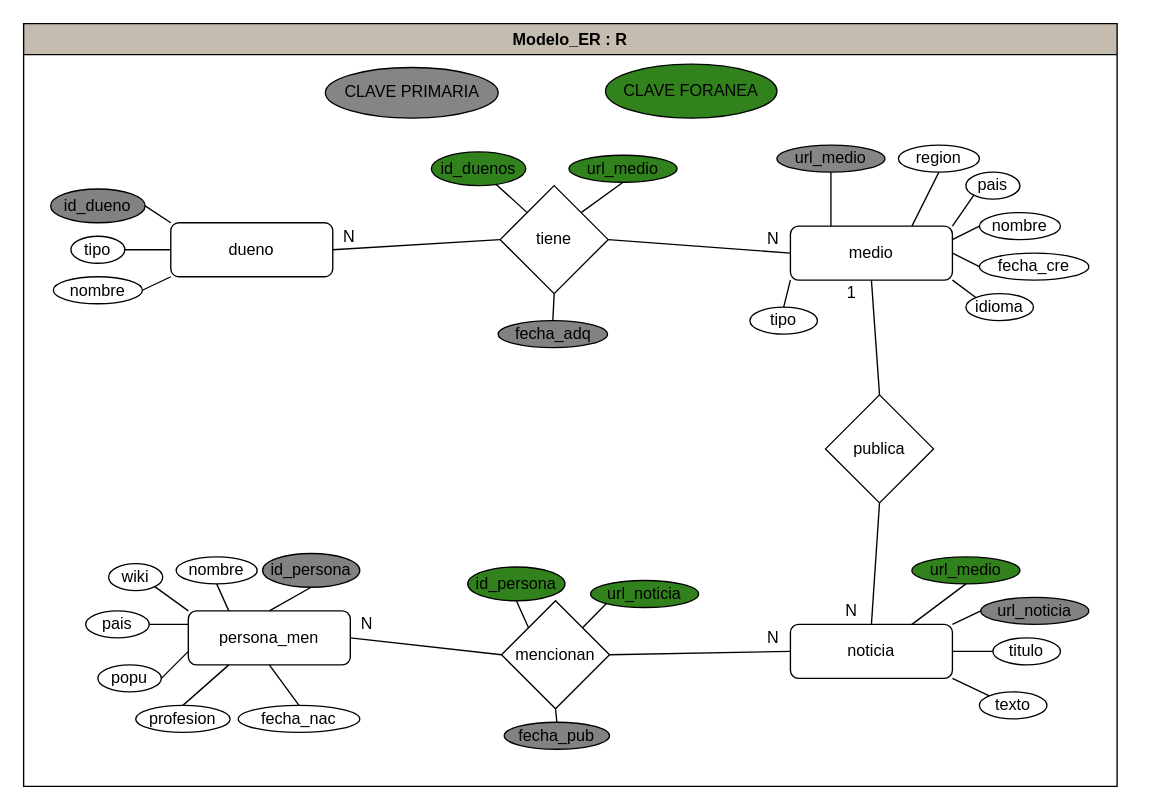
Above: respaldos/modelo_ER.dio in DieggoAn/Proyecto-INFO133-Region-III (draw.io), before the change. Source tidied: cells renumbered, new cells numbered last; positions are measured from the earlier drawing's top-left corner, leaving out a move shared by most shapes. Both pictures are drawn from the tidied source at 135%, with x=0, y=0 at pixel (23, 23).
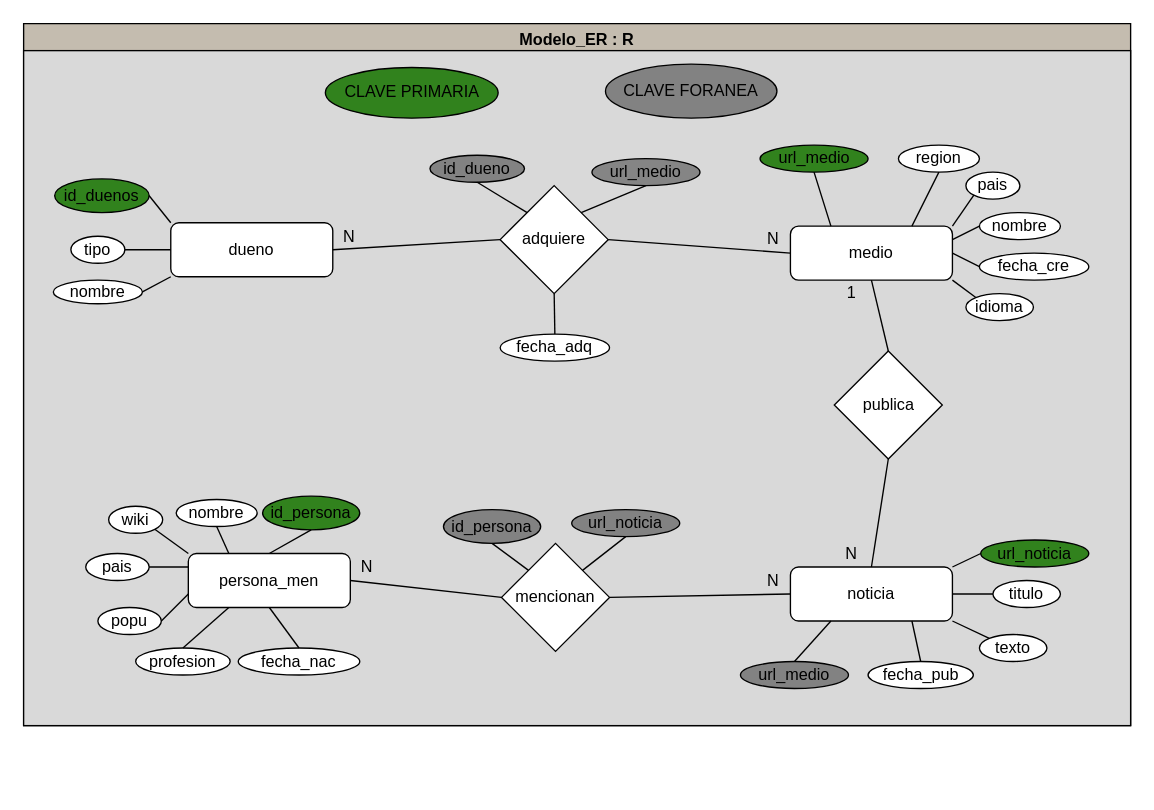
The same page after the edit.

The change refers to these unchanged cells:
```xml
<mxCell id="9" value="dueno" style="rounded=1;whiteSpace=wrap;html=1;" parent="2" vertex="1">
  <mxGeometry x="109" y="147.5" width="120" height="40" as="geometry" />
</mxCell>
<mxCell id="14" value="medio" style="rounded=1;whiteSpace=wrap;html=1;" parent="2" vertex="1">
  <mxGeometry x="568" y="150" width="120" height="40" as="geometry" />
</mxCell>
```

The edit, as a diff of the source:
```diff
@@
     <mxCell id="2" value="Modelo_ER : R" style="swimlane;fillColor=#C4BCAF;" parent="1" vertex="1">
-      <mxGeometry width="810" height="565" as="geometry" />
+      <mxGeometry width="820" height="520" as="geometry" />
     </mxCell>
+    <mxCell id="78" style="rounded=0;whiteSpace=wrap;html=1;fillColor=#D9D9D9;" parent="2" vertex="1">
+      <mxGeometry y="20" width="820" height="500" as="geometry" />
+    </mxCell>
     <mxCell id="3" value="id_duenos" style="ellipse;whiteSpace=wrap;html=1;fillColor=#31821D;" parent="2" vertex="1">
-      <mxGeometry x="302" y="95" width="70" height="25" as="geometry" />
+      <mxGeometry x="23" y="115" width="70" height="25" as="geometry" />
     </mxCell>
     <mxCell id="4" value="url_medio" style="ellipse;whiteSpace=wrap;html=1;fillColor=#31821D;" parent="2" vertex="1">
-      <mxGeometry x="404" y="97.5" width="80" height="20" as="geometry" />
+      <mxGeometry x="545.5" y="90" width="80" height="20" as="geometry" />
     </mxCell>
     <mxCell id="5" value="id_dueno" style="ellipse;whiteSpace=wrap;html=1;fillColor=#828282;" parent="2" vertex="1">
-      <mxGeometry x="20" y="122.5" width="70" height="25" as="geometry" />
+      <mxGeometry x="301" y="97.5" width="70" height="20" as="geometry" />
     </mxCell>
@@
-    <mxCell id="7" value="nombre" style="ellipse;whiteSpace=wrap;html=1;" parent="2" vertex="1">
-      <mxGeometry x="22" y="187.5" width="66" height="20" as="geometry" />
+    <mxCell id="7" value="nombre" style="ellipse;whiteSpace=wrap;html=1;fillColor=#FFFFFF;" parent="2" vertex="1">
+      <mxGeometry x="22" y="190" width="66" height="17.5" as="geometry" />
     </mxCell>
-    <mxCell id="8" value="fecha_adq" style="ellipse;whiteSpace=wrap;html=1;fillColor=#828282;" parent="2" vertex="1">
-      <mxGeometry x="351.5" y="220" width="81" height="20" as="geometry" />
-    </mxCell>
@@
-    <mxCell id="12" style="endArrow=none;html=1;exitX=1;exitY=0.5;exitDx=0;exitDy=0;entryX=0;entryY=0;entryDx=0;entryDy=0;" parent="2" edge="1" source="5" target="9">
+    <mxCell id="12" style="endArrow=none;html=1;entryX=0;entryY=0;entryDx=0;entryDy=0;exitX=1;exitY=0.5;exitDx=0;exitDy=0;" parent="2" edge="1" source="3" target="9">
       <mxGeometry relative="1" as="geometry" />
     </mxCell>
     <mxCell id="13" value="noticia" style="rounded=1;whiteSpace=wrap;html=1;" parent="2" vertex="1">
-      <mxGeometry x="568" y="445" width="120" height="40" as="geometry" />
+      <mxGeometry x="568" y="402.5" width="120" height="40" as="geometry" />
     </mxCell>
@@
     <mxCell id="15" value="url_medio" style="ellipse;whiteSpace=wrap;html=1;fillColor=#858585;" parent="2" vertex="1">
-      <mxGeometry x="558" y="90" width="80" height="20" as="geometry" />
+      <mxGeometry x="421" y="100" width="80" height="20" as="geometry" />
     </mxCell>
@@
-    <mxCell id="21" value="tipo" style="ellipse;whiteSpace=wrap;html=1;" parent="2" vertex="1">
-      <mxGeometry x="538" y="210" width="50" height="20" as="geometry" />
-    </mxCell>
-    <mxCell id="22" style="endArrow=none;html=1;exitX=0.5;exitY=0;exitDx=0;exitDy=0;entryX=0;entryY=1;entryDx=0;entryDy=0;" parent="2" edge="1" source="21" target="14">
-      <mxGeometry relative="1" as="geometry" />
-    </mxCell>
-    <mxCell id="23" style="endArrow=none;html=1;exitX=0.25;exitY=0;exitDx=0;exitDy=0;" parent="2" edge="1" source="14" target="15">
+    <mxCell id="23" style="endArrow=none;html=1;exitX=0.25;exitY=0;exitDx=0;exitDy=0;entryX=0.5;entryY=1;entryDx=0;entryDy=0;" parent="2" edge="1" source="14" target="4">
       <mxGeometry relative="1" as="geometry" />
     </mxCell>
@@
     <mxCell id="29" value="publica" style="rhombus;whiteSpace=wrap;html=1;" parent="2" vertex="1">
-      <mxGeometry x="594" y="275" width="80" height="80" as="geometry" />
+      <mxGeometry x="600.5" y="242.5" width="80" height="80" as="geometry" />
     </mxCell>
@@
-    <mxCell id="32" value="url_noticia" style="ellipse;whiteSpace=wrap;html=1;fillColor=#828282;" parent="2" vertex="1">
-      <mxGeometry x="709" y="425" width="80" height="20" as="geometry" />
+    <mxCell id="32" value="url_noticia" style="ellipse;whiteSpace=wrap;html=1;fillColor=#31821D;" parent="2" vertex="1">
+      <mxGeometry x="709" y="382.5" width="80" height="20" as="geometry" />
     </mxCell>
     <mxCell id="33" value="titulo" style="ellipse;whiteSpace=wrap;html=1;" parent="2" vertex="1">
-      <mxGeometry x="718" y="455" width="50" height="20" as="geometry" />
+      <mxGeometry x="718" y="412.5" width="50" height="20" as="geometry" />
     </mxCell>
@@
     <mxCell id="36" value="texto" style="ellipse;whiteSpace=wrap;html=1;" parent="2" vertex="1">
-      <mxGeometry x="708" y="495" width="50" height="20" as="geometry" />
+      <mxGeometry x="708" y="452.5" width="50" height="20" as="geometry" />
     </mxCell>
@@
     <mxCell id="39" value="N" style="text;html=1;strokeColor=none;fillColor=none;align=center;verticalAlign=middle;whiteSpace=wrap;rounded=0;" parent="2" vertex="1">
-      <mxGeometry x="600.5" y="425" width="25" height="20" as="geometry" />
+      <mxGeometry x="600.5" y="382.5" width="25" height="20" as="geometry" />
     </mxCell>
@@
-    <mxCell id="42" value="url_medio" style="ellipse;whiteSpace=wrap;html=1;fillColor=#31821D;" parent="2" vertex="1">
-      <mxGeometry x="658" y="395" width="80" height="20" as="geometry" />
+    <mxCell id="42" value="url_medio" style="ellipse;whiteSpace=wrap;html=1;fillColor=#828282;" parent="2" vertex="1">
+      <mxGeometry x="531" y="472.5" width="80" height="20" as="geometry" />
     </mxCell>
-    <mxCell id="43" style="endArrow=none;html=1;entryX=0.5;entryY=1;entryDx=0;entryDy=0;exitX=0.75;exitY=0;exitDx=0;exitDy=0;" parent="2" edge="1" source="13" target="42">
+    <mxCell id="43" style="endArrow=none;html=1;entryX=0.5;entryY=0;entryDx=0;entryDy=0;exitX=0.25;exitY=1;exitDx=0;exitDy=0;" parent="2" edge="1" source="13" target="42">
       <mxGeometry relative="1" as="geometry" />
     </mxCell>
-    <mxCell id="44" value="tiene" style="rhombus;whiteSpace=wrap;html=1;" parent="2" vertex="1">
+    <mxCell id="44" value="adquiere" style="rhombus;whiteSpace=wrap;html=1;" parent="2" vertex="1">
       <mxGeometry x="353" y="120" width="80" height="80" as="geometry" />
     </mxCell>
@@
-    <mxCell id="47" style="endArrow=none;html=1;entryX=0.5;entryY=1;entryDx=0;entryDy=0;exitX=0.5;exitY=0;exitDx=0;exitDy=0;" parent="2" edge="1" source="8" target="44">
-      <mxGeometry relative="1" as="geometry" />
-    </mxCell>
-    <mxCell id="48" style="endArrow=none;html=1;exitX=1;exitY=0;exitDx=0;exitDy=0;entryX=0.5;entryY=1;entryDx=0;entryDy=0;" parent="2" edge="1" source="44" target="4">
+    <mxCell id="48" style="endArrow=none;html=1;exitX=1;exitY=0;exitDx=0;exitDy=0;entryX=0.5;entryY=1;entryDx=0;entryDy=0;" parent="2" edge="1" source="44" target="15">
       <mxGeometry relative="1" as="geometry" />
     </mxCell>
-    <mxCell id="49" style="endArrow=none;html=1;exitX=0;exitY=0;exitDx=0;exitDy=0;" parent="2" edge="1" source="44" target="3">
+    <mxCell id="49" style="endArrow=none;html=1;exitX=0;exitY=0;exitDx=0;exitDy=0;entryX=0.5;entryY=1;entryDx=0;entryDy=0;" parent="2" edge="1" source="44" target="5">
       <mxGeometry relative="1" as="geometry" />
     </mxCell>
-    <mxCell id="50" value="fecha_pub" style="ellipse;whiteSpace=wrap;html=1;fillColor=#828282;" parent="2" vertex="1">
-      <mxGeometry x="356" y="517.5" width="78" height="20" as="geometry" />
+    <mxCell id="50" value="fecha_pub" style="ellipse;whiteSpace=wrap;html=1;fillColor=#FFFFFF;" parent="2" vertex="1">
+      <mxGeometry x="625.5" y="472.5" width="78" height="20" as="geometry" />
     </mxCell>
     <mxCell id="51" value="N" style="text;html=1;strokeColor=none;fillColor=none;align=center;verticalAlign=middle;whiteSpace=wrap;rounded=0;" parent="2" vertex="1">
-      <mxGeometry x="543" y="445" width="25" height="20" as="geometry" />
+      <mxGeometry x="543" y="402.5" width="25" height="20" as="geometry" />
     </mxCell>
     <mxCell id="52" value="wiki" style="ellipse;whiteSpace=wrap;html=1;" parent="2" vertex="1">
-      <mxGeometry x="63" y="400" width="40" height="20" as="geometry" />
+      <mxGeometry x="63" y="357.5" width="40" height="20" as="geometry" />
     </mxCell>
     <mxCell id="53" value="nombre" style="ellipse;whiteSpace=wrap;html=1;" parent="2" vertex="1">
-      <mxGeometry x="113" y="395" width="60" height="20" as="geometry" />
+      <mxGeometry x="113" y="352.5" width="60" height="20" as="geometry" />
     </mxCell>
-    <mxCell id="54" value="id_persona" style="ellipse;whiteSpace=wrap;html=1;fillColor=#828282;" parent="2" vertex="1">
-      <mxGeometry x="177" y="392.5" width="72" height="25" as="geometry" />
+    <mxCell id="54" value="id_persona" style="ellipse;whiteSpace=wrap;html=1;fillColor=#31821D;" parent="2" vertex="1">
+      <mxGeometry x="177" y="350" width="72" height="25" as="geometry" />
     </mxCell>
     <mxCell id="55" value="profesion" style="ellipse;whiteSpace=wrap;html=1;" parent="2" vertex="1">
-      <mxGeometry x="83" y="505" width="70" height="20" as="geometry" />
+      <mxGeometry x="83" y="462.5" width="70" height="20" as="geometry" />
     </mxCell>
     <mxCell id="56" value="fecha_nac" style="ellipse;whiteSpace=wrap;html=1;" parent="2" vertex="1">
-      <mxGeometry x="159" y="505" width="90" height="20" as="geometry" />
+      <mxGeometry x="159" y="462.5" width="90" height="20" as="geometry" />
     </mxCell>
-    <mxCell id="57" value="id_persona" style="ellipse;whiteSpace=wrap;html=1;fillColor=#31821D;" parent="2" vertex="1">
-      <mxGeometry x="329" y="402.5" width="72" height="25" as="geometry" />
+    <mxCell id="57" value="id_persona" style="ellipse;whiteSpace=wrap;html=1;fillColor=#828282;" parent="2" vertex="1">
+      <mxGeometry x="311" y="360" width="72" height="25" as="geometry" />
     </mxCell>
-    <mxCell id="58" value="url_noticia" style="ellipse;whiteSpace=wrap;html=1;fillColor=#31821D;" parent="2" vertex="1">
-      <mxGeometry x="420" y="412.5" width="80" height="20" as="geometry" />
+    <mxCell id="58" value="url_noticia" style="ellipse;whiteSpace=wrap;html=1;fillColor=#828282;" parent="2" vertex="1">
+      <mxGeometry x="406" y="360" width="80" height="20" as="geometry" />
     </mxCell>
     <mxCell id="59" value="persona_men" style="rounded=1;whiteSpace=wrap;html=1;" parent="2" vertex="1">
-      <mxGeometry x="122" y="435" width="120" height="40" as="geometry" />
+      <mxGeometry x="122" y="392.5" width="120" height="40" as="geometry" />
     </mxCell>
     <mxCell id="60" value="mencionan" style="rhombus;whiteSpace=wrap;html=1;" parent="2" vertex="1">
-      <mxGeometry x="354" y="427.5" width="80" height="80" as="geometry" />
+      <mxGeometry x="354" y="385" width="80" height="80" as="geometry" />
     </mxCell>
@@
     <mxCell id="66" value="pais" style="ellipse;whiteSpace=wrap;html=1;" parent="2" vertex="1">
-      <mxGeometry x="46" y="435" width="47" height="20" as="geometry" />
+      <mxGeometry x="46" y="392.5" width="47" height="20" as="geometry" />
     </mxCell>
     <mxCell id="67" value="popu" style="ellipse;whiteSpace=wrap;html=1;" parent="2" vertex="1">
-      <mxGeometry x="55" y="475" width="47" height="20" as="geometry" />
+      <mxGeometry x="55" y="432.5" width="47" height="20" as="geometry" />
     </mxCell>
@@
     <mxCell id="70" value="N" style="text;html=1;strokeColor=none;fillColor=none;align=center;verticalAlign=middle;whiteSpace=wrap;rounded=0;" parent="2" vertex="1">
-      <mxGeometry x="242" y="435" width="25" height="20" as="geometry" />
+      <mxGeometry x="242" y="392.5" width="25" height="20" as="geometry" />
     </mxCell>
@@
-    <mxCell id="73" style="endArrow=none;html=1;entryX=0.5;entryY=1;entryDx=0;entryDy=0;exitX=0.5;exitY=0;exitDx=0;exitDy=0;" parent="2" edge="1" source="50" target="60">
+    <mxCell id="73" style="endArrow=none;html=1;entryX=0.75;entryY=1;entryDx=0;entryDy=0;exitX=0.5;exitY=0;exitDx=0;exitDy=0;" parent="2" edge="1" source="50" target="13">
       <mxGeometry relative="1" as="geometry" />
     </mxCell>
@@
-    <mxCell id="75" style="endArrow=none;html=1;entryX=0;entryY=1;entryDx=0;entryDy=0;exitX=1;exitY=0;exitDx=0;exitDy=0;" parent="2" edge="1" source="60" target="58">
+    <mxCell id="75" style="endArrow=none;html=1;entryX=0.5;entryY=1;entryDx=0;entryDy=0;exitX=1;exitY=0;exitDx=0;exitDy=0;" parent="2" edge="1" source="60" target="58">
       <mxGeometry relative="1" as="geometry" />
     </mxCell>
-    <mxCell id="76" value="CLAVE FORANEA" style="ellipse;whiteSpace=wrap;html=1;fillColor=#31821D;" parent="2" vertex="1">
+    <mxCell id="76" value="CLAVE FORANEA" style="ellipse;whiteSpace=wrap;html=1;fillColor=#828282;" parent="2" vertex="1">
       <mxGeometry x="431" y="30" width="127" height="40" as="geometry" />
     </mxCell>
-    <mxCell id="77" value="CLAVE PRIMARIA" style="ellipse;whiteSpace=wrap;html=1;fillColor=#858585;" parent="2" vertex="1">
+    <mxCell id="77" value="CLAVE PRIMARIA" style="ellipse;whiteSpace=wrap;html=1;fillColor=#31821D;" parent="2" vertex="1">
       <mxGeometry x="223.5" y="32.5" width="128" height="37.5" as="geometry" />
     </mxCell>
+    <mxCell id="8" value="fecha_adq" style="ellipse;whiteSpace=wrap;html=1;fillColor=#FFFFFF;" parent="2" vertex="1">
+      <mxGeometry x="353" y="230" width="81" height="20" as="geometry" />
+    </mxCell>
+    <mxCell id="79" style="endArrow=none;html=1;entryX=0.5;entryY=0;entryDx=0;entryDy=0;exitX=0.5;exitY=1;exitDx=0;exitDy=0;" parent="2" edge="1" source="44" target="8">
+      <mxGeometry relative="1" as="geometry" />
+    </mxCell>
```
